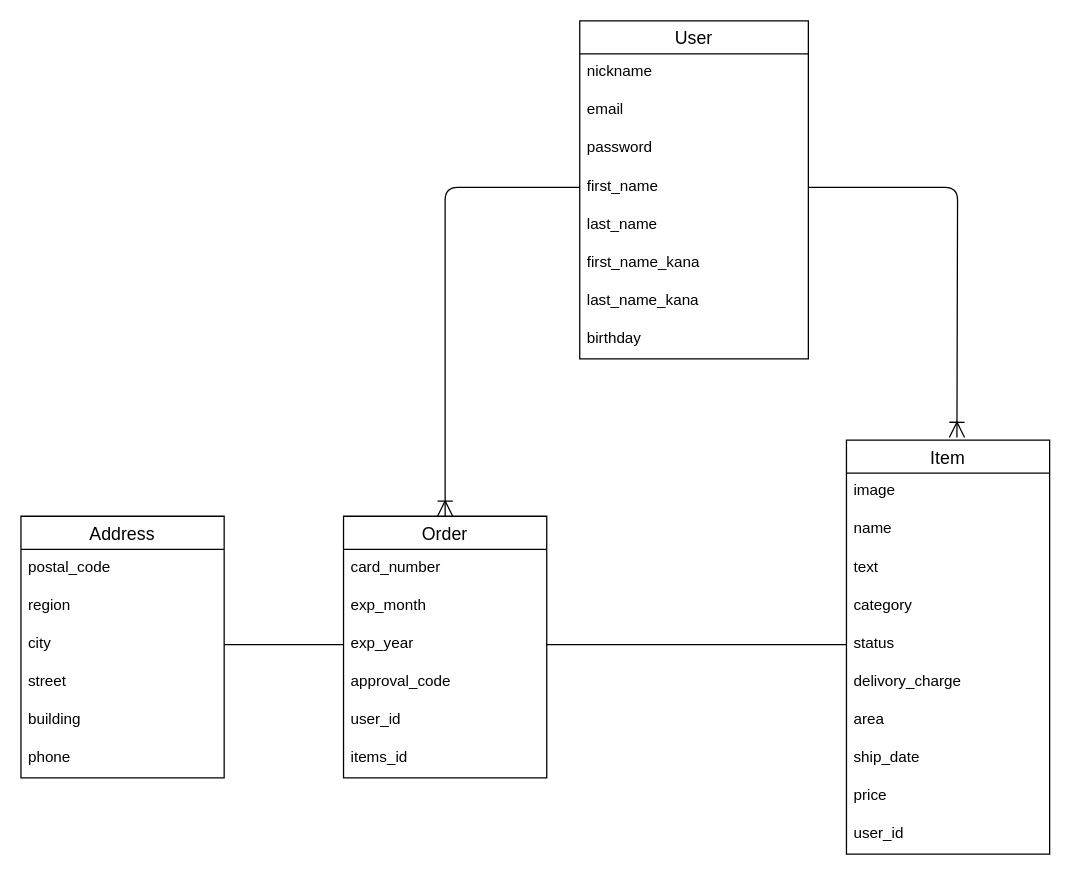
Before: furima.dio in tumugi-koume/furima-31114, a draw.io diagram. Source tidied: cells renumbered, new cells numbered last; positions are measured from the earlier drawing's top-left corner, leaving out a move shared by most shapes. Both pictures are drawn from the tidied source at 127%, with x=0, y=0 at pixel (20, 20).
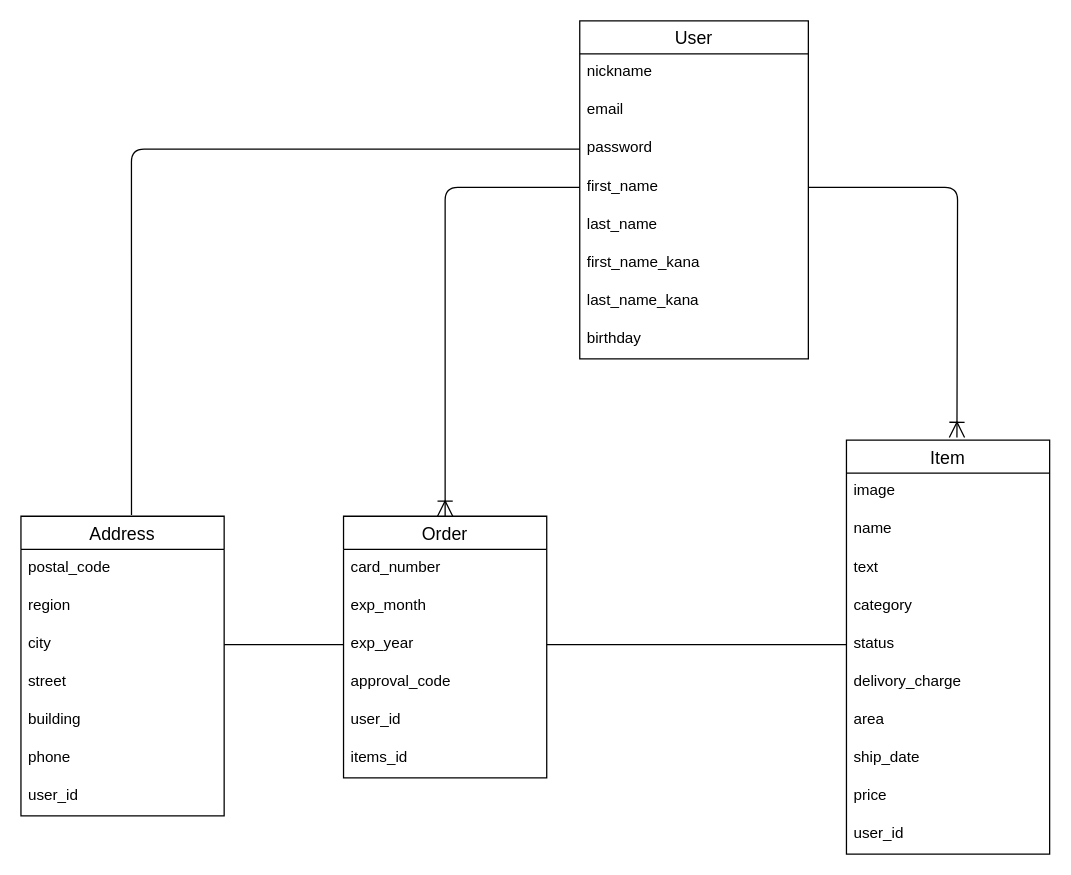
The same diagram, later.

Commit message (it also covers changes not shown here):
テーブル設計図（Addressテーブル））

The change refers to these unchanged cells:
```xml
<mxCell id="32" value="password" style="text;strokeColor=none;fillColor=none;spacingLeft=4;spacingRight=4;overflow=hidden;points=[[0,0.5],[1,0.5]];portConstraint=eastwest;fontSize=12;" parent="29" vertex="1">
  <mxGeometry y="86" width="180" height="30" as="geometry" />
</mxCell>
```

Change to the diagram source:
```diff
@@
     <mxCell id="2" value="Address" style="swimlane;fontStyle=0;horizontal=1;startSize=26;align=center;fontSize=14;" parent="1" vertex="1">
-      <mxGeometry y="390" width="160" height="206" as="geometry" />
+      <mxGeometry y="390" width="160" height="236" as="geometry" />
     </mxCell>
@@
+    <mxCell id="40" value="user_id" style="text;strokeColor=none;fillColor=none;spacingLeft=4;spacingRight=4;overflow=hidden;fontSize=12;" parent="2" vertex="1">
+      <mxGeometry y="206" width="160" height="30" as="geometry" />
+    </mxCell>
@@
+    <mxCell id="41" style="edgeStyle=orthogonalEdgeStyle;rounded=1;jettySize=auto;html=1;exitX=0;exitY=0.5;exitDx=0;exitDy=0;entryX=0.544;entryY=-0.004;entryDx=0;entryDy=0;entryPerimeter=0;startArrow=none;startFill=0;startSize=10;endArrow=none;endFill=0;endSize=10;" parent="1" edge="1" source="32" target="2">
+      <mxGeometry relative="1" as="geometry" />
+    </mxCell>
```
